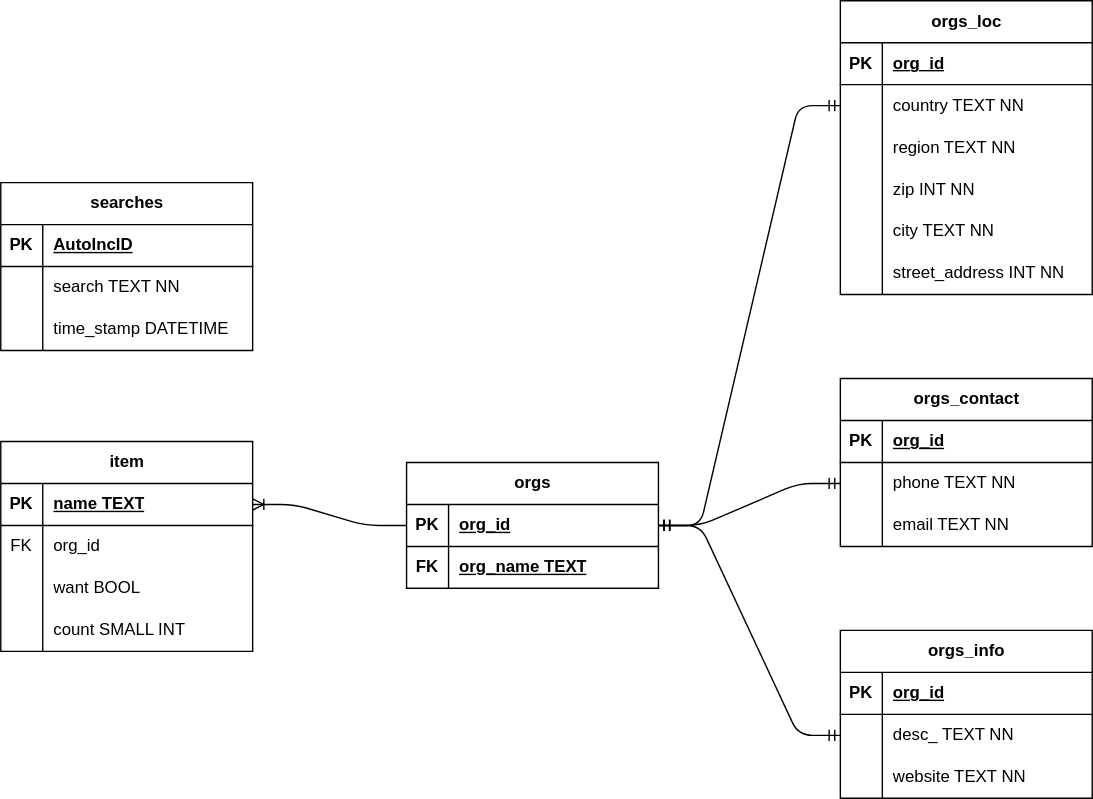
The draw.io diagram diagrams/database_schema.drawio.svg in kurealnum/non-profit-link, before a commit. Source tidied: cells renumbered, new cells last; positions are measured from the earlier drawing's top-left corner, leaving out a move shared by most shapes.
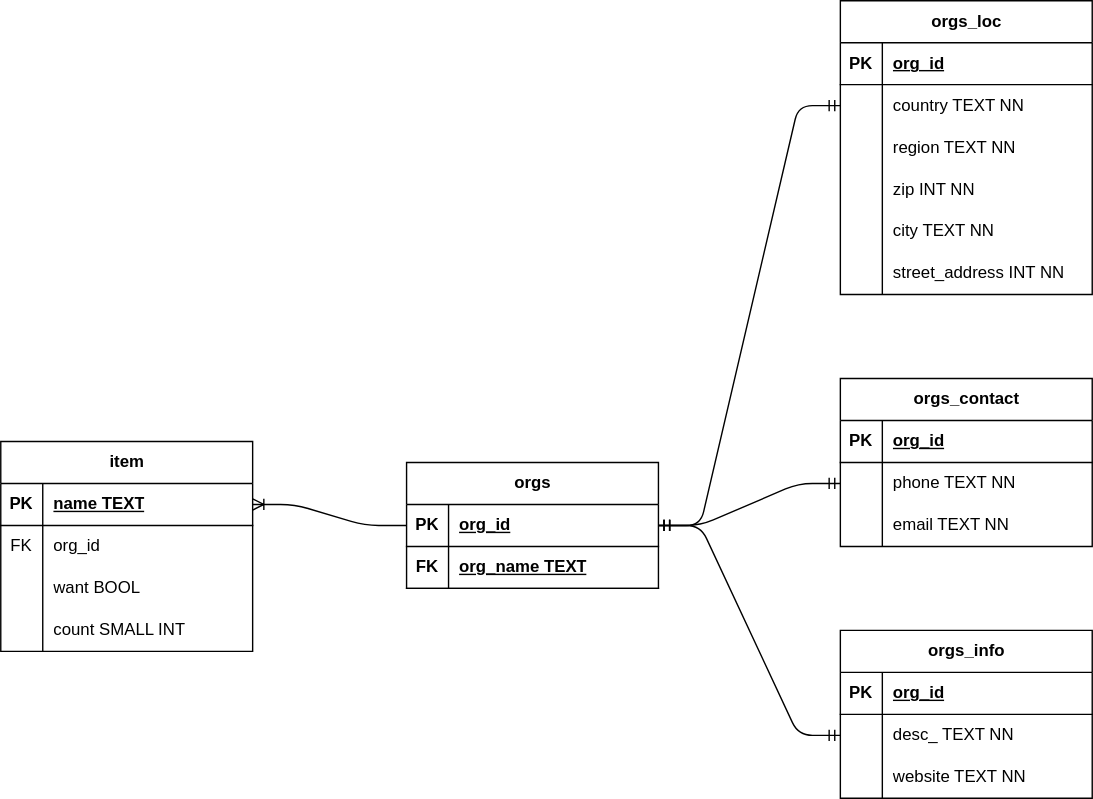
The same diagram one commit later.

The edit, as a diff of the source:
```diff
@@ -2,36 +2,6 @@
   <root>
     <mxCell id="0" />
     <mxCell id="1" parent="0" />
-    <mxCell id="2" value="searches" style="shape=table;startSize=30;rowLines=0;fontStyle=1;align=center;html=1;" parent="1" vertex="1">
-      <mxGeometry y="130" width="180" height="120" as="geometry" />
-    </mxCell>
-    <mxCell id="3" style="shape=tableRow;horizontal=0;startSize=0;swimlaneHead=0;swimlaneBody=0;fillColor=none;top=0;left=0;right=0;bottom=1;" parent="2" vertex="1">
-      <mxGeometry y="30" width="180" height="30" as="geometry" />
-    </mxCell>
-    <mxCell id="4" value="PK" style="shape=partialRectangle;fillColor=none;top=0;left=0;bottom=0;right=0;fontStyle=1;overflow=hidden;whiteSpace=wrap;html=1;" parent="3" vertex="1">
-      <mxGeometry width="30" height="30" as="geometry" />
-    </mxCell>
-    <mxCell id="5" value="AutoIncID" style="shape=partialRectangle;fillColor=none;top=0;left=0;bottom=0;right=0;align=left;spacingLeft=6;fontStyle=5;overflow=hidden;whiteSpace=wrap;html=1;" parent="3" vertex="1">
-      <mxGeometry x="30" width="150" height="30" as="geometry" />
-    </mxCell>
-    <mxCell id="6" style="shape=tableRow;horizontal=0;startSize=0;swimlaneHead=0;swimlaneBody=0;fillColor=none;top=0;left=0;right=0;bottom=0;" parent="2" vertex="1">
-      <mxGeometry y="60" width="180" height="30" as="geometry" />
-    </mxCell>
-    <mxCell id="7" style="shape=partialRectangle;fillColor=none;top=0;left=0;bottom=0;right=0;overflow=hidden;whiteSpace=wrap;html=1;" parent="6" vertex="1">
-      <mxGeometry width="30" height="30" as="geometry" />
-    </mxCell>
-    <mxCell id="8" value="search TEXT NN" style="shape=partialRectangle;fillColor=none;top=0;left=0;bottom=0;right=0;align=left;spacingLeft=6;overflow=hidden;whiteSpace=wrap;html=1;" parent="6" vertex="1">
-      <mxGeometry x="30" width="150" height="30" as="geometry" />
-    </mxCell>
-    <mxCell id="9" style="shape=tableRow;horizontal=0;startSize=0;swimlaneHead=0;swimlaneBody=0;fillColor=none;top=0;left=0;right=0;bottom=0;" parent="2" vertex="1">
-      <mxGeometry y="90" width="180" height="30" as="geometry" />
-    </mxCell>
-    <mxCell id="10" style="shape=partialRectangle;fillColor=none;top=0;left=0;bottom=0;right=0;overflow=hidden;whiteSpace=wrap;html=1;" parent="9" vertex="1">
-      <mxGeometry width="30" height="30" as="geometry" />
-    </mxCell>
-    <mxCell id="11" value="time_stamp DATETIME" style="shape=partialRectangle;fillColor=none;top=0;left=0;bottom=0;right=0;align=left;spacingLeft=6;overflow=hidden;whiteSpace=wrap;html=1;" parent="9" vertex="1">
-      <mxGeometry x="30" width="150" height="30" as="geometry" />
-    </mxCell>
     <mxCell id="12" value="orgs" style="shape=table;startSize=30;rowLines=0;fontStyle=1;align=center;html=1;" parent="1" vertex="1">
       <mxGeometry x="290" y="330" width="180" height="90" as="geometry" />
     </mxCell>
```
